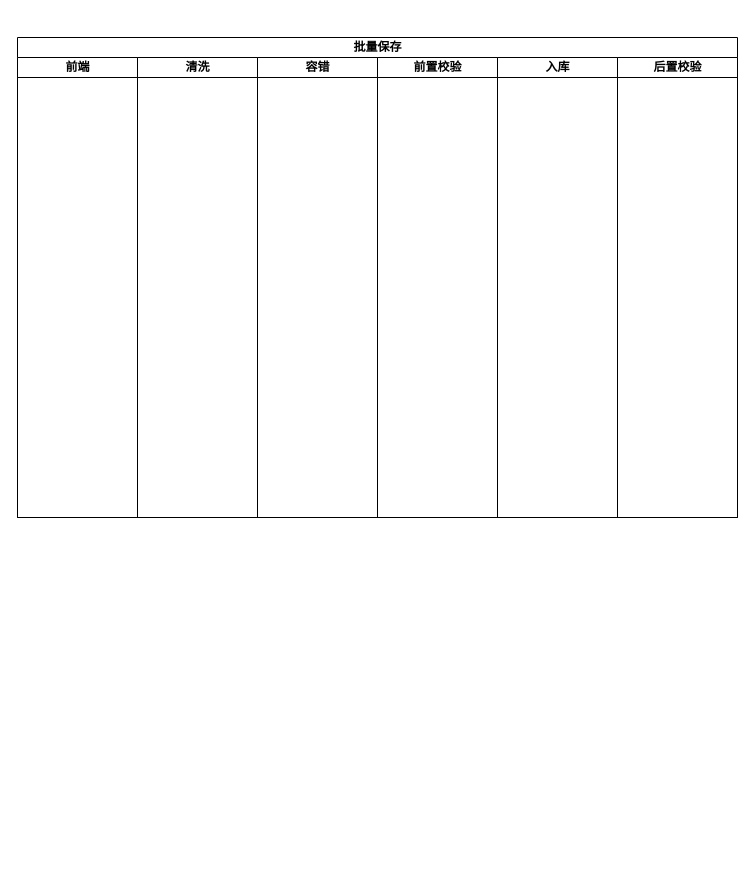
Before: Untitled Diagram.drawio in smileLuckBoy/drowio, a draw.io diagram. Source tidied: cells renumbered, new cells numbered last; positions are measured from the earlier drawing's top-left corner, leaving out a move shared by most shapes. Both pictures are drawn from the tidied source at 100%, with x=0, y=0 at pixel (17, 37).
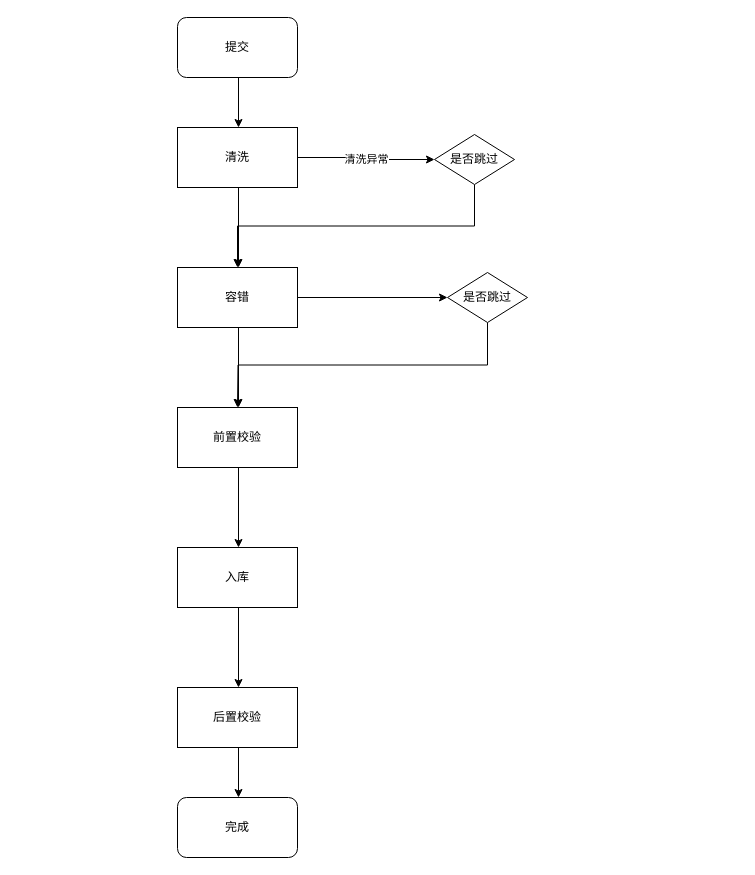
The same page after the edit.

Change to the diagram source:
```diff
@@
-    <mxCell id="2" value="批量保存" style="swimlane;html=1;startSize=20;" parent="1" vertex="1">
-      <mxGeometry width="720" height="480" as="geometry" />
-    </mxCell>
-    <mxCell id="3" value="前端" style="swimlane;html=1;startSize=20;" parent="2" vertex="1">
-      <mxGeometry y="20" width="120" height="460" as="geometry" />
-    </mxCell>
+    <mxCell id="9" style="edgeStyle=orthogonalEdgeStyle;rounded=0;jettySize=auto;html=1;exitX=0.5;exitY=1;exitDx=0;exitDy=0;entryX=0.5;entryY=0;entryDx=0;entryDy=0;flipH=1;" parent="1" edge="1" source="10" target="4">
+      <mxGeometry relative="1" as="geometry" />
+    </mxCell>
+    <mxCell id="10" value="提交" style="rounded=1;whiteSpace=wrap;html=1;flipH=1;" parent="1" vertex="1">
+      <mxGeometry x="160" y="-20" width="120" height="60" as="geometry" />
+    </mxCell>
+    <mxCell id="11" style="edgeStyle=orthogonalEdgeStyle;rounded=0;jettySize=auto;html=1;flipH=1;" parent="1" edge="1" source="4" target="5">
+      <mxGeometry relative="1" as="geometry" />
+    </mxCell>
+    <mxCell id="12" value="清洗异常" style="edgeStyle=orthogonalEdgeStyle;rounded=0;jettySize=auto;html=1;entryX=0;entryY=0.5;entryDx=0;entryDy=0;" parent="1" edge="1" source="4" target="20">
+      <mxGeometry relative="1" as="geometry" />
+    </mxCell>
-    <mxCell id="4" value="清洗" style="swimlane;html=1;startSize=20;" parent="2" vertex="1">
-      <mxGeometry x="120" y="20" width="120" height="460" as="geometry" />
+    <mxCell id="4" value="清洗" style="rounded=0;whiteSpace=wrap;html=1;flipH=1;" parent="1" vertex="1">
+      <mxGeometry x="160" y="90" width="120" height="60" as="geometry" />
     </mxCell>
+    <mxCell id="13" style="edgeStyle=orthogonalEdgeStyle;rounded=0;jettySize=auto;html=1;flipH=1;" parent="1" edge="1" source="5" target="6">
+      <mxGeometry relative="1" as="geometry" />
+    </mxCell>
+    <mxCell id="14" style="edgeStyle=orthogonalEdgeStyle;rounded=0;jettySize=auto;html=1;exitX=1;exitY=0.5;exitDx=0;exitDy=0;entryX=0;entryY=0.5;entryDx=0;entryDy=0;" parent="1" edge="1" source="5" target="22">
+      <mxGeometry relative="1" as="geometry" />
+    </mxCell>
-    <mxCell id="5" value="容错" style="swimlane;html=1;startSize=20;" parent="2" vertex="1">
-      <mxGeometry x="240" y="20" width="120" height="460" as="geometry" />
+    <mxCell id="5" value="容错" style="rounded=0;whiteSpace=wrap;html=1;flipH=1;" parent="1" vertex="1">
+      <mxGeometry x="160" y="230" width="120" height="60" as="geometry" />
     </mxCell>
+    <mxCell id="15" style="edgeStyle=orthogonalEdgeStyle;rounded=0;jettySize=auto;html=1;flipH=1;" parent="1" edge="1" source="6" target="7">
+      <mxGeometry relative="1" as="geometry" />
+    </mxCell>
-    <mxCell id="6" value="前置校验" style="swimlane;html=1;startSize=20;" parent="2" vertex="1">
-      <mxGeometry x="360" y="20" width="120" height="460" as="geometry" />
+    <mxCell id="6" value="前置校验" style="rounded=0;whiteSpace=wrap;html=1;flipH=1;" parent="1" vertex="1">
+      <mxGeometry x="160" y="370" width="120" height="60" as="geometry" />
     </mxCell>
+    <mxCell id="16" style="edgeStyle=orthogonalEdgeStyle;rounded=0;jettySize=auto;html=1;flipH=1;" parent="1" edge="1" source="7" target="8">
+      <mxGeometry relative="1" as="geometry" />
+    </mxCell>
-    <mxCell id="7" value="入库" style="swimlane;html=1;startSize=20;" parent="2" vertex="1">
-      <mxGeometry x="480" y="20" width="120" height="460" as="geometry" />
+    <mxCell id="7" value="入库" style="rounded=0;whiteSpace=wrap;html=1;flipH=1;" parent="1" vertex="1">
+      <mxGeometry x="160" y="510" width="120" height="60" as="geometry" />
     </mxCell>
+    <mxCell id="17" style="edgeStyle=orthogonalEdgeStyle;rounded=0;jettySize=auto;html=1;exitX=0.5;exitY=1;exitDx=0;exitDy=0;entryX=0.5;entryY=0;entryDx=0;entryDy=0;flipH=1;" parent="1" edge="1" source="8" target="18">
+      <mxGeometry relative="1" as="geometry" />
+    </mxCell>
-    <mxCell id="8" value="后置校验" style="swimlane;html=1;startSize=20;" parent="2" vertex="1">
-      <mxGeometry x="600" y="20" width="120" height="460" as="geometry" />
+    <mxCell id="8" value="后置校验" style="rounded=0;whiteSpace=wrap;html=1;flipH=1;" parent="1" vertex="1">
+      <mxGeometry x="160" y="650" width="120" height="60" as="geometry" />
     </mxCell>
+    <mxCell id="18" value="完成" style="rounded=1;whiteSpace=wrap;html=1;flipH=1;" parent="1" vertex="1">
+      <mxGeometry x="160" y="760" width="120" height="60" as="geometry" />
+    </mxCell>
+    <mxCell id="19" style="edgeStyle=orthogonalEdgeStyle;rounded=0;jettySize=auto;html=1;exitX=0.5;exitY=1;exitDx=0;exitDy=0;entryX=0.5;entryY=0;entryDx=0;entryDy=0;" parent="1" edge="1" source="20" target="5">
+      <mxGeometry relative="1" as="geometry" />
+    </mxCell>
+    <mxCell id="20" value="是否跳过" style="rhombus;whiteSpace=wrap;html=1;" parent="1" vertex="1">
+      <mxGeometry x="417" y="97" width="80" height="50" as="geometry" />
+    </mxCell>
+    <mxCell id="21" style="edgeStyle=orthogonalEdgeStyle;rounded=0;jettySize=auto;html=1;exitX=0.5;exitY=1;exitDx=0;exitDy=0;" parent="1" edge="1" source="22">
+      <mxGeometry relative="1" as="geometry">
+        <mxPoint x="220" y="370" as="targetPoint" />
+      </mxGeometry>
+    </mxCell>
+    <mxCell id="22" value="是否跳过" style="rhombus;whiteSpace=wrap;html=1;" parent="1" vertex="1">
+      <mxGeometry x="430" y="235" width="80" height="50" as="geometry" />
+    </mxCell>
```
